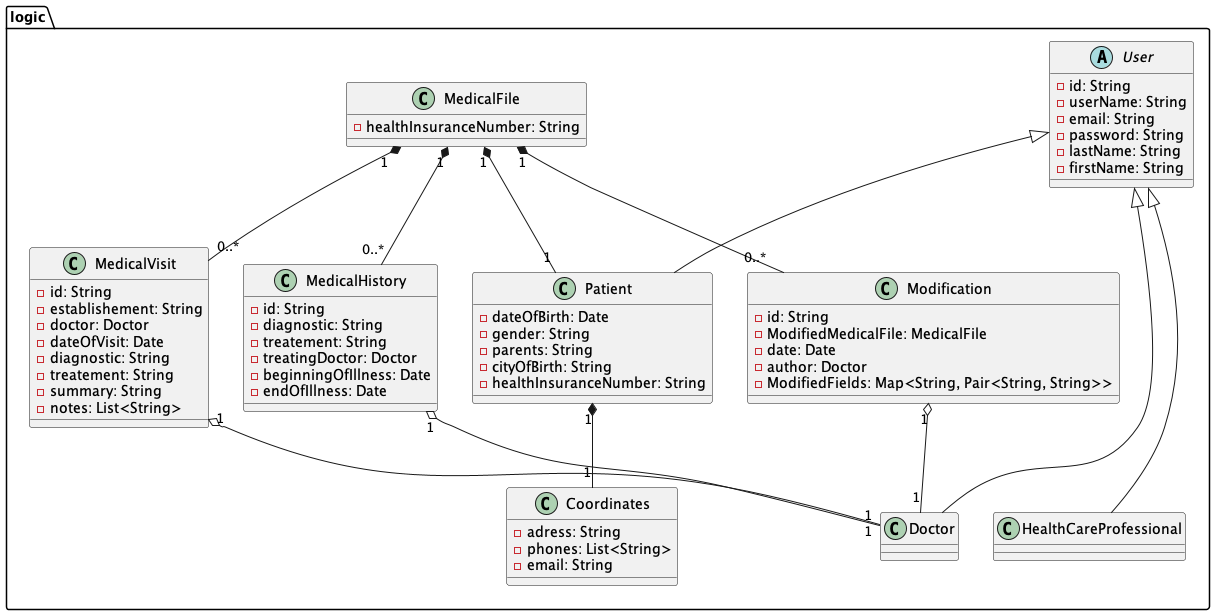
The PlantUML diagram plantUml/class-logic.png in KevenJAntenor/Quebec-Centralized-Medical-Record-System, before a commit.
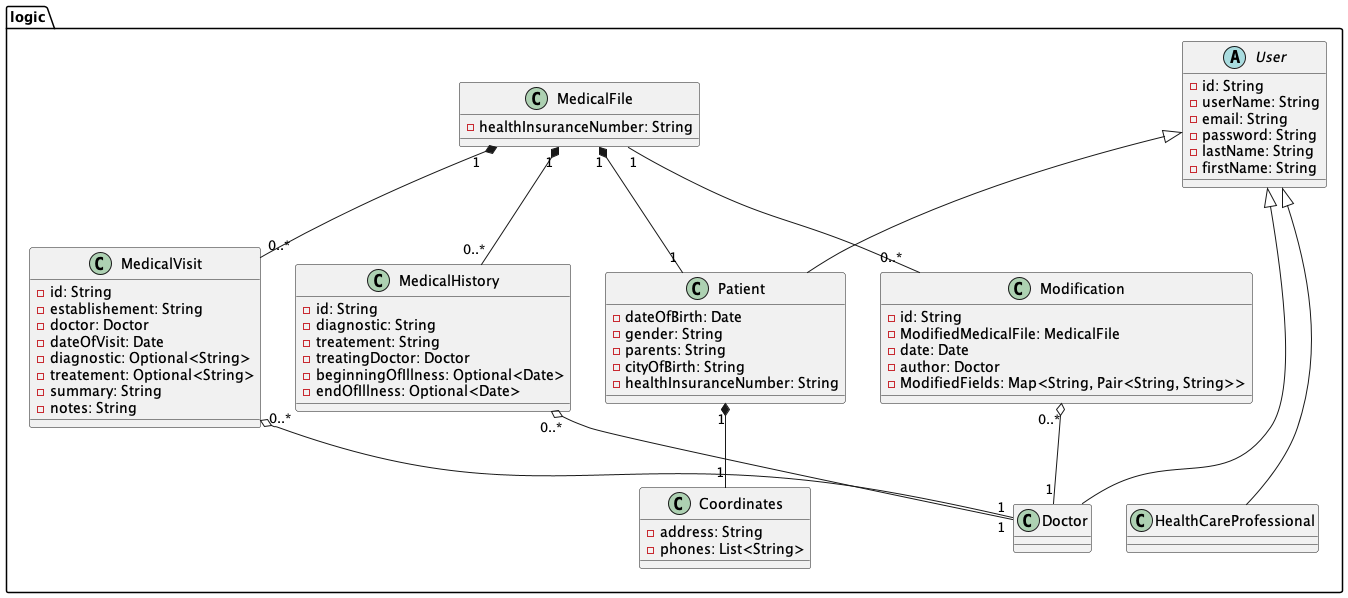
The same file after the commit.

Diff of the diagram source:
```diff
@@ -21,9 +21,8 @@
 
 
   class Coordinates {
-    -adress: String
+    -address: String
     -phones: List<String>
-    -email: String
   }
 
   class MedicalFile {
@@ -35,8 +34,8 @@
     -diagnostic: String
     -treatement: String
     -treatingDoctor: Doctor
-    -beginningOfIllness: Date
-    -endOfIllness: Date
+    -beginningOfIllness: Optional<Date>
+    -endOfIllness: Optional<Date>
   }
 
   class MedicalVisit {
@@ -44,10 +43,10 @@
     -establishement: String
     -doctor: Doctor
     -dateOfVisit: Date
-    -diagnostic: String
-    -treatement: String
+    -diagnostic: Optional<String>
+    -treatement: Optional<String>
     -summary: String
-    -notes: List<String>
+    -notes: String
   }
 }
 
@@ -75,11 +74,11 @@
 MedicalFile "1" *-- "0..*" MedicalVisit
 MedicalFile "1" *-- "0..*" MedicalHistory
 
-MedicalVisit "1" o-- "1" Doctor
-MedicalHistory "1" o-- "1" Doctor
-Modification "1" o-- "1" Doctor
+MedicalVisit "0..*" o-- "1" Doctor
+MedicalHistory "0..*" o-- "1" Doctor
+Modification "0..*" o-- "1" Doctor
 
-MedicalFile "1" *-- "0..*" Modification
+MedicalFile "1" -- "0..*" Modification
 
 
 @enduml
```
